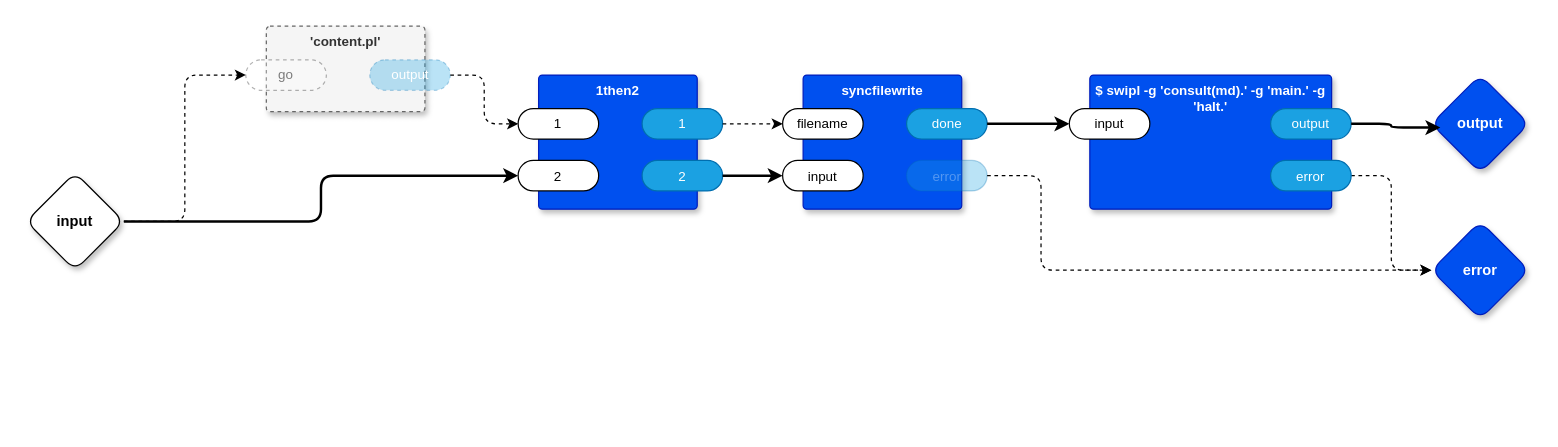
Above: page "Generate Markdown" (4 of 11) of top.drawio in guitarvydas/kinopio2md (draw.io), before the change. Source tidied: cells renumbered, new cells numbered last; positions are measured from the earlier drawing's top-left corner, leaving out a move shared by most shapes. Both pictures are drawn from the tidied source at 122%, with x=0, y=0 at pixel (26, 26).
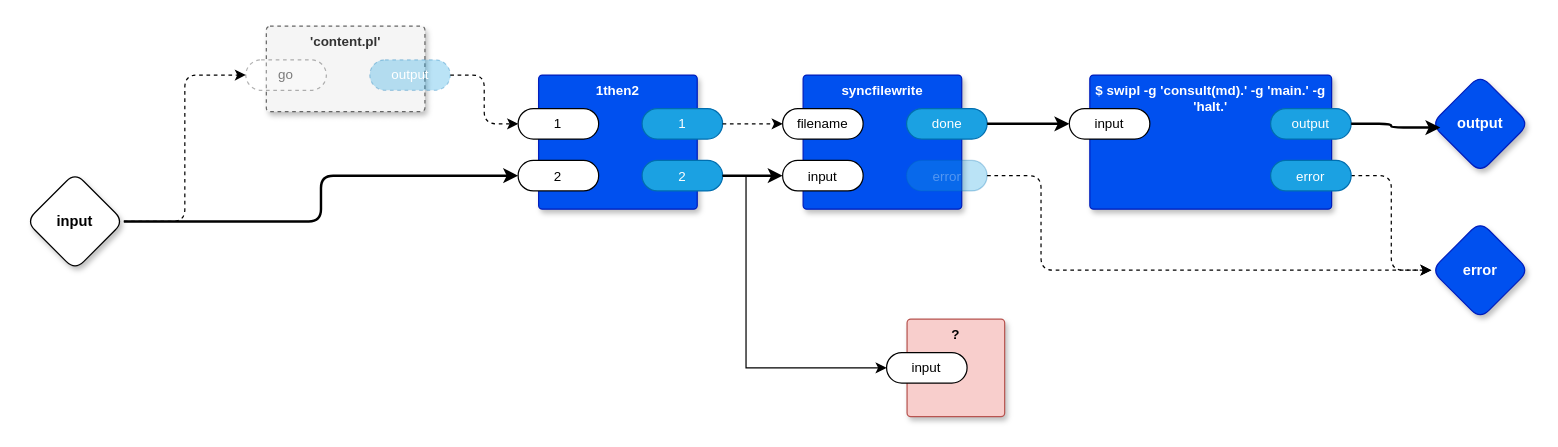
The same page after the edit.

Unchanged cells that the change refers to:
```xml
<mxCell id="20" value="2" style="rounded=1;whiteSpace=wrap;html=1;sketch=0;points=[[0,0.5,0,0,0],[1,0.5,0,0,0]];fillColor=#1ba1e2;fontColor=#ffffff;strokeColor=#006EAF;arcSize=50;fontFamily=Helvetica;fontSize=11;" parent="17" vertex="1">
  <mxGeometry x="84.8" y="70" width="66" height="25" as="geometry" />
</mxCell>
```

Diff of the diagram source:
```diff
@@
+    <mxCell id="31" value="?" style="rounded=1;whiteSpace=wrap;html=1;sketch=0;verticalAlign=top;arcSize=6;fontStyle=1;absoluteArcSize=1;shadow=1;strokeColor=#b85450;fillColor=#f8cecc;fontFamily=Helvetica;fontSize=11;" parent="1" vertex="1">
+      <mxGeometry x="722" y="240" width="80" height="80" as="geometry" />
+    </mxCell>
+    <mxCell id="32" value="input" style="rounded=1;whiteSpace=wrap;html=1;sketch=0;points=[[0,0.5,0,0,0],[1,0.5,0,0,0]];arcSize=50;fontFamily=Helvetica;fontSize=11;fontColor=default;" parent="31" vertex="1">
+      <mxGeometry x="-16.8" y="27.5" width="66" height="25" as="geometry" />
+    </mxCell>
+    <mxCell id="33" style="edgeStyle=orthogonalEdgeStyle;rounded=0;jettySize=auto;html=1;exitX=1;exitY=0.5;exitDx=0;exitDy=0;exitPerimeter=0;entryX=0;entryY=0.5;entryDx=0;entryDy=0;entryPerimeter=0;" parent="1" edge="1" source="20" target="32">
+      <mxGeometry relative="1" as="geometry">
+        <Array as="points">
+          <mxPoint x="590" y="123" />
+          <mxPoint x="590" y="280" />
+        </Array>
+      </mxGeometry>
+    </mxCell>
```
